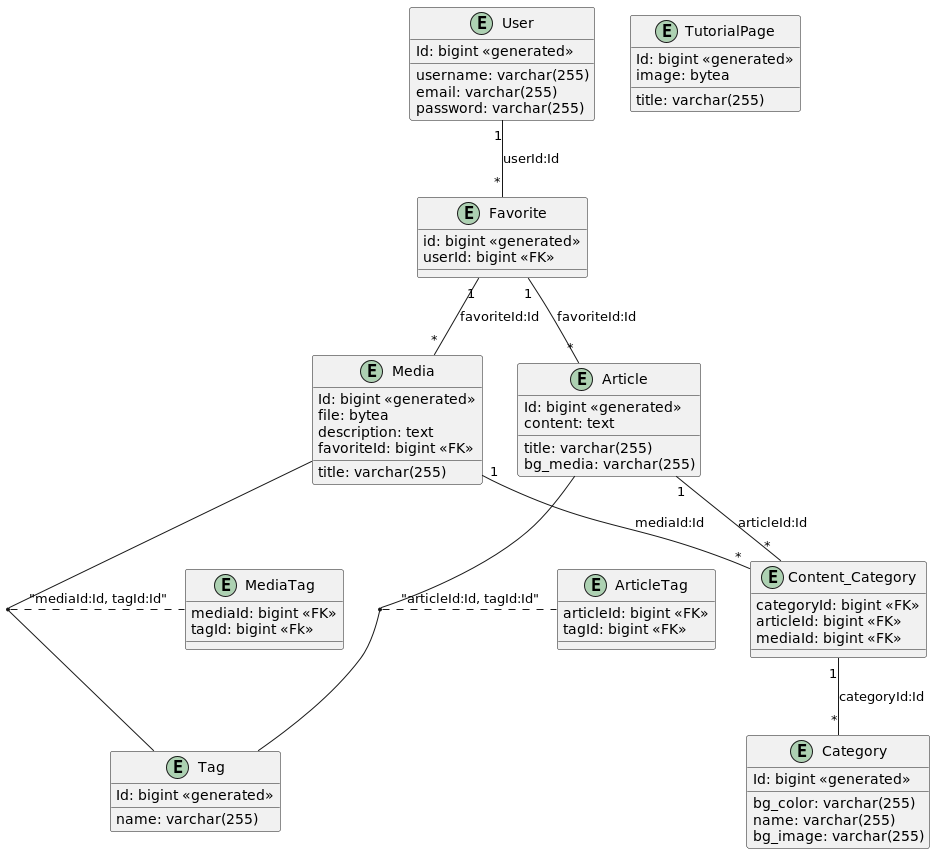
Earlier version of the PlantUML export pics/erd.png (Abdulrahman-AL-Sabagh/relaxoon-diploma-project).
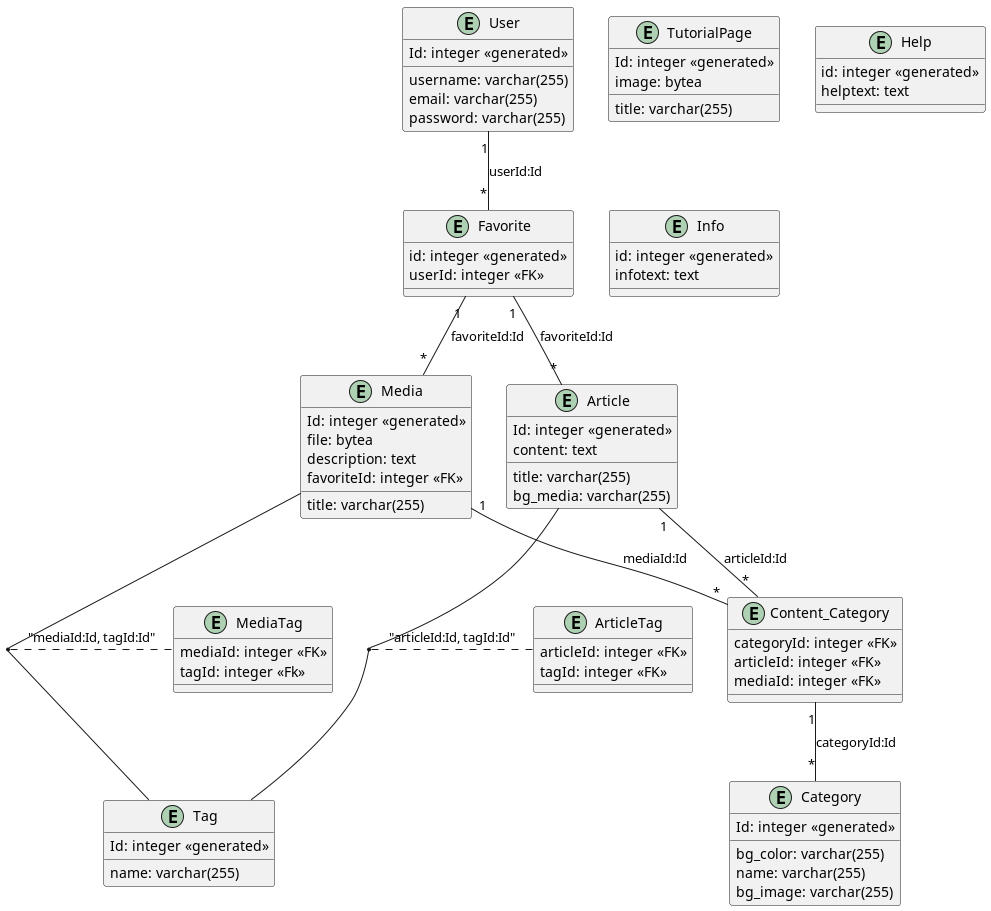
The same diagram one commit later.

Change to the diagram source:
```diff
@@ -2,14 +2,14 @@
 
 entity User {
 
-Id: bigint <<generated>>
+Id: integer <<generated>>
 username: varchar(255)
 email: varchar(255)
 password: varchar(255)
 
 }
 entity Tag {
-Id: bigint <<generated>>
+Id: integer <<generated>>
 name: varchar(255)
 
 }
@@ -17,7 +17,7 @@
 
 entity Article {
 
-Id: bigint <<generated>>
+Id: integer <<generated>>
 title: varchar(255)
 bg_media: varchar(255)
 content: text
@@ -25,40 +25,40 @@
 }
 
 entity TutorialPage {
-Id: bigint <<generated>>
+Id: integer <<generated>>
 image: bytea
 title: varchar(255)
 }
 
 entity Media {
-Id: bigint <<generated>>
+Id: integer <<generated>>
 title: varchar(255)
 file: bytea
 description: text
-favoriteId: bigint <<FK>>
+favoriteId: integer <<FK>>
 }
 
 entity Favorite {
-id: bigint <<generated>>
-userId: bigint <<FK>>
+id: integer <<generated>>
+userId: integer <<FK>>
 
 
 }
 
 entity MediaTag {
-  mediaId: bigint <<FK>>
-  tagId: bigint <<Fk>>
+  mediaId: integer <<FK>>
+  tagId: integer <<Fk>>
 }
 
 entity ArticleTag {
-  articleId: bigint <<FK>>
-  tagId: bigint <<FK>>
+  articleId: integer <<FK>>
+  tagId: integer <<FK>>
 }
 
 
 entity Category {
 
-Id: bigint <<generated>>
+Id: integer <<generated>>
 bg_color: varchar(255)
 name: varchar(255)
 bg_image: varchar(255)
@@ -67,11 +67,21 @@
 
 
 entity Content_Category {
-categoryId: bigint <<FK>>
-articleId: bigint <<FK>>
-mediaId: bigint <<FK>>
+categoryId: integer <<FK>>
+articleId: integer <<FK>>
+mediaId: integer <<FK>>
 
 
+}
+
+entity Help {
+id: integer <<generated>>
+helptext: text
+}
+
+entity Info {
+id: integer <<generated>>
+infotext: text
 }
 
 User "1" -- "*" Favorite : "userId:Id"
```
